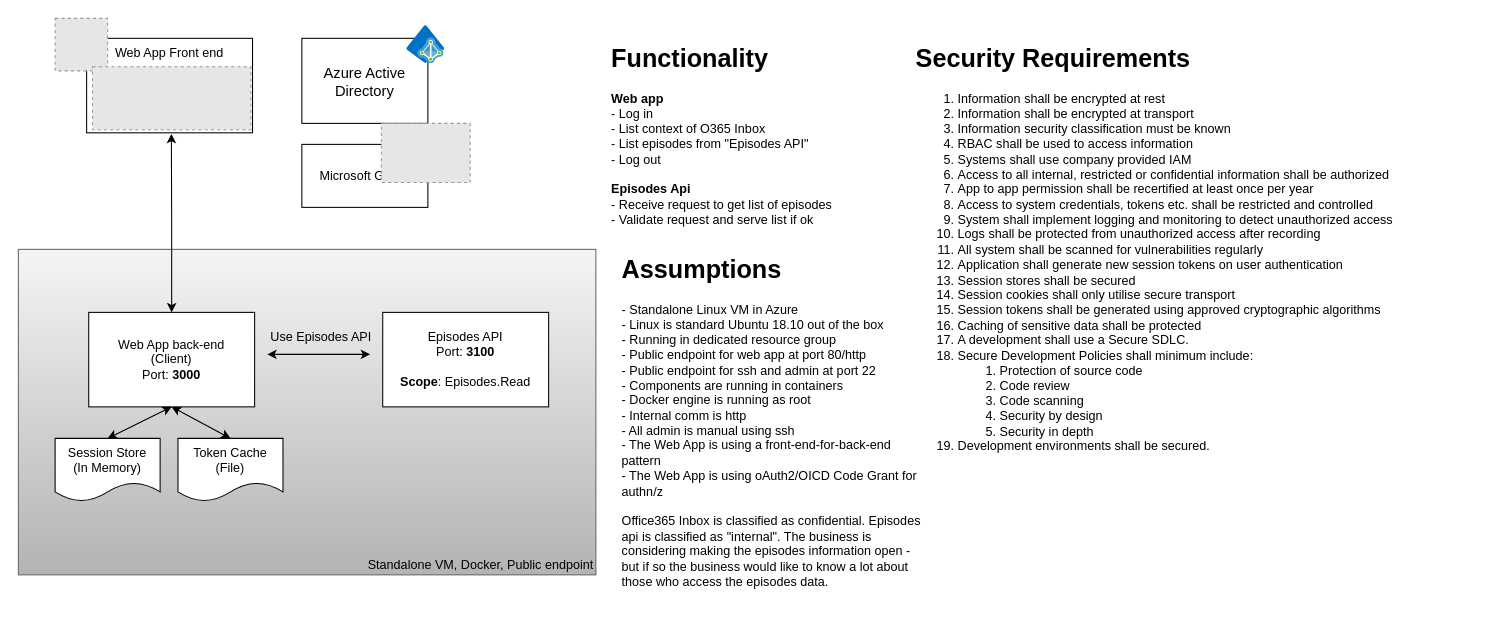
This is page "Example system" (3 of 6) of slides/drawings/tm-diagrams.drawio from equinor/appsec-threatmodeling-101-workshop, a draw.io file, before an edit. Source tidied: cells renumbered, new cells numbered last; positions are measured from the earlier drawing's top-left corner, leaving out a move shared by most shapes. Both pictures are drawn from the tidied source at 105%, with x=0, y=0 at pixel (18, 18). Pictures stored in the file or linked from it are replaced by grey dashed boxes.
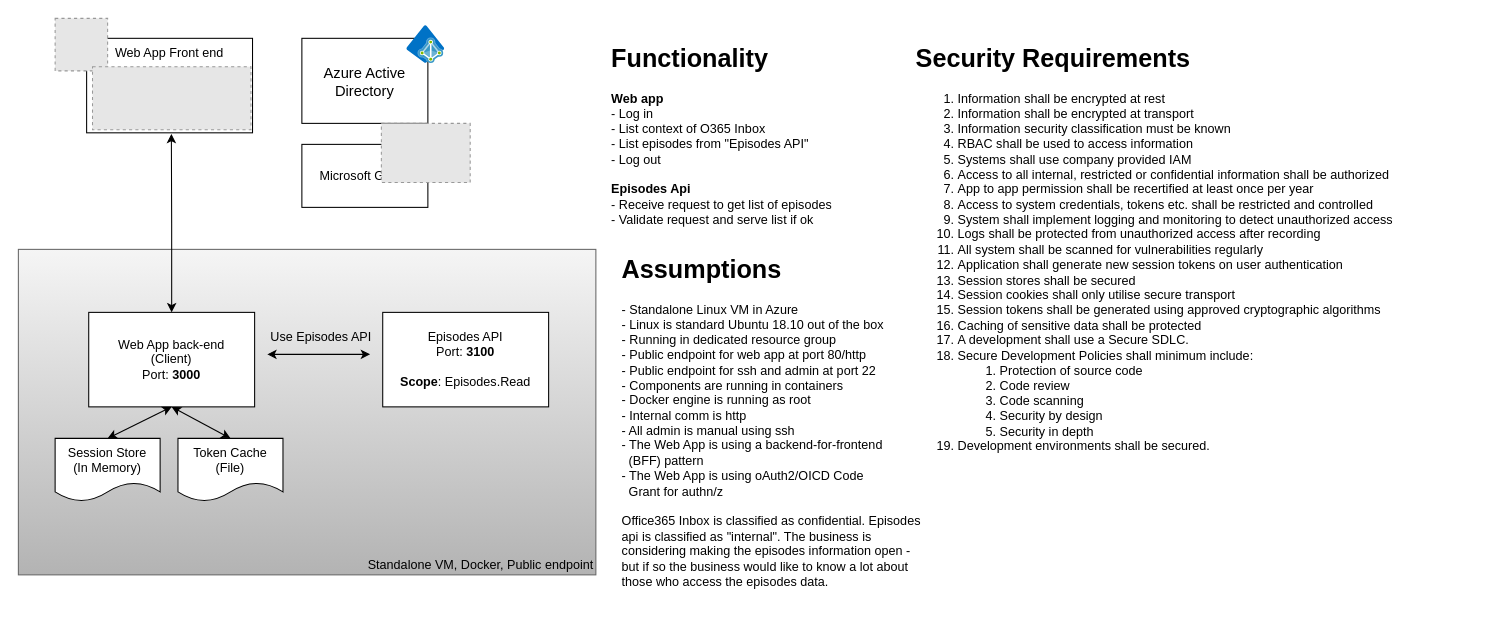
Above is the later version.

Change to the diagram source:
```diff
@@
-    <mxCell id="19" value="&lt;h1&gt;Assumptions&lt;/h1&gt;&lt;div&gt;- Standalone Linux VM in Azure&lt;/div&gt;&lt;div&gt;- Linux is standard Ubuntu 18.10 out of the box&lt;/div&gt;&lt;div&gt;- Running in dedicated resource group&lt;/div&gt;&lt;div&gt;- Public endpoint for web app at port 80/http&lt;/div&gt;&lt;div&gt;- Public endpoint for ssh and admin at port 22&lt;/div&gt;&lt;div&gt;&lt;span style=&quot;background-color: initial;&quot;&gt;- Components a&lt;/span&gt;&lt;span style=&quot;background-color: initial;&quot;&gt;re running in containers&lt;/span&gt;&lt;/div&gt;&lt;div&gt;- Docker engine is running as root&lt;/div&gt;&lt;div&gt;&lt;span style=&quot;background-color: initial;&quot;&gt;- Internal comm is http&lt;/span&gt;&lt;br&gt;&lt;/div&gt;&lt;div&gt;- All admin is manual using ssh&lt;/div&gt;&lt;div&gt;- The Web App is using a front-end-for-back-end pattern&lt;/div&gt;&lt;div&gt;- The Web App is using oAuth2/OICD Code Grant for authn/z&lt;/div&gt;&lt;div&gt;&lt;br&gt;&lt;/div&gt;&lt;div&gt;Office365 Inbox is classified as confidential. Episodes api is classified as &quot;internal&quot;. The business is considering making the episodes information open - but if so the business would like to know a lot about those who access the episodes data.&lt;/div&gt;" style="text;html=1;strokeColor=none;fillColor=none;spacing=5;spacingTop=-20;whiteSpace=wrap;overflow=hidden;rounded=0;" parent="1" vertex="1">
+    <mxCell id="19" value="&lt;h1&gt;Assumptions&lt;/h1&gt;&lt;div&gt;- Standalone Linux VM in Azure&lt;/div&gt;&lt;div&gt;- Linux is standard Ubuntu 18.10 out of the box&lt;/div&gt;&lt;div&gt;- Running in dedicated resource group&lt;/div&gt;&lt;div&gt;- Public endpoint for web app at port 80/http&lt;/div&gt;&lt;div&gt;- Public endpoint for ssh and admin at port 22&lt;/div&gt;&lt;div&gt;&lt;span&gt;- Components a&lt;/span&gt;&lt;span&gt;re running in containers&lt;/span&gt;&lt;/div&gt;&lt;div&gt;- Docker engine is running as root&lt;/div&gt;&lt;div&gt;&lt;span&gt;- Internal comm is http&lt;/span&gt;&lt;br&gt;&lt;/div&gt;&lt;div&gt;- All admin is manual using ssh&lt;/div&gt;&lt;div&gt;- The Web App is using a backend-for-frontend&lt;br&gt;&amp;nbsp; (BFF) pattern&lt;/div&gt;&lt;div&gt;- The Web App is using oAuth2/OICD Code&lt;br&gt;&amp;nbsp; Grant for authn/z&lt;/div&gt;&lt;div&gt;&lt;br&gt;&lt;/div&gt;&lt;div&gt;Office365 Inbox is classified as confidential. Episodes api is classified as &quot;internal&quot;. The business is considering making the episodes information open - but if so the business would like to know a lot about those who access the episodes data.&lt;/div&gt;" style="text;html=1;strokeColor=none;fillColor=none;spacing=5;spacingTop=-20;whiteSpace=wrap;overflow=hidden;rounded=0;" parent="1" vertex="1">
       <mxGeometry x="570" y="220" width="300" height="340" as="geometry" />
     </mxCell>
```
